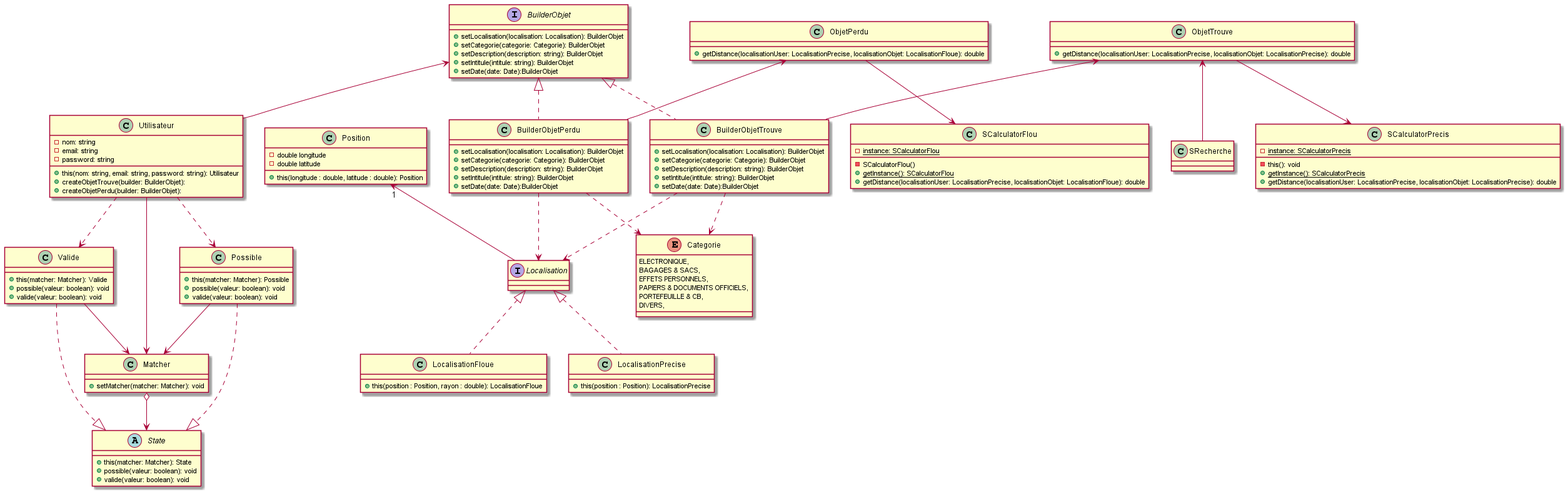
raphaelmeissonnier/Foundem_back_end keeps this PlantUML diagram as cahier_des_specifications/diagrammes/classe/refactoring.png. Above is the earlier version.
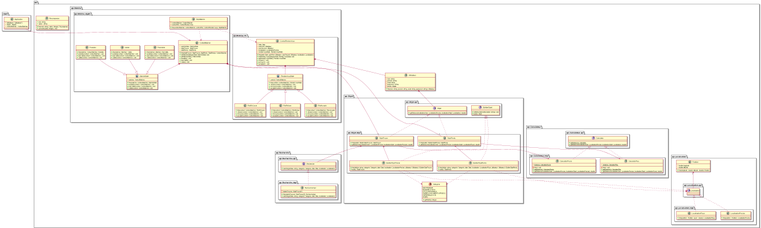
Above is the later version.

What changed in the source:
```diff
@@ -1,121 +1,277 @@
 @startuml
 
-enum Categorie
+
+package client
 {
-    ELECTRONIQUE,
-    BAGAGES & SACS,
-    EFFETS PERSONNELS, /' Clés, ...'/
-    PAPIERS & DOCUMENTS OFFICIELS,
-    PORTEFEUILLE & CB,
-    DIVERS,
+    class Application
+    {
+        - utilisateurs : Utilisateur[*]
+        - objets : Objet[*]
+        - contextMatcher : ContextMatcher
+    }
 }
 
-class Position
+package api
 {
-    - double longitude
-    - double latitude
-    + this(longitude : double, latitude : double): Position
+    package api.Localisation
+    {
+        class Position
+        {
+            - double longitude
+            - double latitude
+            + this(longitude : double, latitude : double): Position
+        }
+
+        package api.Localisation.api
+        {
+            interface Localisation
+            {
+            }
+        }
+
+        package api.Localisation.impl
+        {
+            class LocalisationPrecise
+            {
+                +this(position : Position): LocalisationPrecise
+            }
+
+            class LocalisationFloue
+            {
+                +this(position : Position, rayon : double): LocalisationFloue
+            }
+        }
+    }
+
+    package api.Objet
+    {
+        enum Categorie
+        {
+            ELECTRONIQUE,
+            BAGAGES & SACS,
+            EFFETS PERSONNELS, /' Clés, ...'/
+            PAPIERS & DOCUMENTS OFFICIELS,
+            PORTEFEUILLE & CB,
+            DIVERS,
+            + getPoints(): integer
+        }
+
+        package api.Objet.api
+        {
+            interface Objet
+            {
+                +getDistance(localisationUser: LocalisationPrecise, localisationObjet: Localisation): double
+            }
+
+            interface BuilderObjet
+            {
+                +setDescription(description: string): void
+                +build(): Objet
+            }
+        }
+
+        package api.Objet.impl
+        {
+            class ObjetTrouve{
+                + this(builder: BuilderObjetTrouve): ObjetTrouve
+                +getDistance(localisationUser: LocalisationPrecise, localisationObjet: LocalisationPrecise): double
+            }
+
+            class ObjetPerdu{
+                + this(builder: BuilderObjetPerdu): ObjetPerdu
+                +getDistance(localisationUser: LocalisationPrecise, localisationObjet: LocalisationFloue): double
+            }
+
+            class BuilderObjetPerdu{
+                +this(intitule: string, categorie: Categorie, date: Date, localisation: LocalisationFloue, utilisateur: Utilisateur): BuilderObjetPerdu
+                +build(): ObjetPerdu
+            }
+
+            class BuilderObjetTrouve{
+                +this(intitule: string, categorie: Categorie, date: Date, localisation: LocalisationPrecise, utilisateur: Utilisateur): BuilderObjetTrouve
+                +build(): ObjetTrouve
+            }
+        }
+    }
+
+        class Utilisateur{
+            -nom: string
+            -prenom: string
+            -email: string
+            -password: string
+            - points: integer
+            +this(nom: string, prenom: string, email: string, password: string): Utilisateur
+        }
+
+        class Recompense
+        {
+            + nom: string
+            + valeur : string
+            + this(nom: string, valeur: integer): Recompense
+            + convertir(solde: integer): void
+        }
+
+    package api.Calculateur
+    {
+        package api.Calculateur.api
+        {
+            interface Calculator
+            {
+                +{static} getInstance(): Calculator
+                +getDistance(localisationUser: LocalisationPrecise, localisationObjet: Localisation): double
+            }
+        }
+
+        package api.Calculateur.impl
+        {
+            class CalculatorPrecis{
+                -{static} instance: CalculatorPrecis
+                -this(): void
+                +{static} getInstance(): CalculatorPrecis
+                +getDistance(localisationUser: LocalisationPrecise, localisationObjet: LocalisationPrecise): double
+            }
+
+            class CalculatorFlou{
+                -{static} instance: CalculatorFlou
+                -this(): void
+                +{static} getInstance(): CalculatorFlou
+                +getDistance(localisationUser: LocalisationPrecise, localisationObjet: LocalisationFloue): double
+            }
+        }
+    }
+
+    package api.Recherche
+    {
+        package api.Recherche.api
+        {
+            interface Recherche
+            {
+                + matching(intitule: string, categorie: Categorie, date: Date, localisation: Localisation)
+            }
+        }
+
+        package api.Recherche.impl
+        {
+            class RechercheImpl{
+                - objetsTrouves: ObjetTrouve[*]
+                + this(objetsTrouves: ObjetTrouve[*]): RechercheImpl
+                + matching(intitule: string, categorie: Categorie, date: Date, localisation: Localisation)
+            }
+        }
+    }
+
+    package api.Matche
+    {
+        package api.Matche.objets
+        {
+            class ContextMatcher
+            {
+                - matcheState : MatcheState
+                - objetTrouve : ObjetTrouve
+                - objetPerdu : ObjetPerdu
+                + this(objetTrouve: ObjetTrouve, objetPerdu: ObjetPerdu): ContextMatcher
+                + setMatcheState(parState: MatcheState):void
+                + getMatcheState(): MatcheState
+                +possible(): void
+                +pasValide(): void
+                +valide(): void
+            }
+
+            abstract class MatcheState
+            {
+                - matcher: ContextMatcher
+                +this(matcher: ContextMatcher): MatcheState
+                +possible(context: ContextMatcher): void
+                +pasValide(context: ContextMatcher): void
+                +valide(context: ContextMatcher): void
+            }
+
+            class Possible{
+                +this(matcher: ContextMatcher): Possible
+                +possible(context: ContextMatcher): void
+                +pasValide(context: ContextMatcher): void
+                +valide(context: ContextMatcher): void
+            }
+
+            class PasValide
+            {
+                +this(matcher: Matcher): PasValide
+                +possible(context: ContextMatcher): void
+                +pasValide(context: ContextMatcher): void
+                +valide(context: ContextMatcher): void
+            }
+
+            class Valide{
+                +this(matcher: Matcher): Valide
+                +possible(context: ContextMatcher): void
+                +pasValide(context: ContextMatcher): void
+                +valide(context: ContextMatcher): void
+            }
+
+            class ObjetMatche
+            {
+                - contextMatcher: ContextMatcher
+                - contextRdv: ContextRendezVous
+                + this(contextMatcher: ContextMatcher, contextRdv: ContextRendezVous): ObjetMatche
+            }
+        }
+
+        package api.Matche.rdv
+        {
+            class ContextRendezVous
+            {
+                - date: Date
+                - userFirst: Utilisateur
+                - userSecond: Utilisateur
+                - localisation: LocalisationPrecise
+                - rendezVousState : RendezVousState
+                + this(date: Date, userFirst: Utilisateur, userSecond: Utilisateur, localisation: Localisation)
+                + setRendezVousState(parState: RendezVousState):void
+                + getRendezVousState(): RendezVousState
+                + refuser() : void
+                + enCours() : void
+                + accepter() : void
+            }
+
+            abstract class RendezVousState
+            {
+                - context: ContextMatcher
+                + this(context: ContextMatcher): RendezVousState
+                + refuser(context: ContextMatcher): void
+                + enCours(context: ContextMatcher): void
+                + accepter(context: ContextMatcher): void
+            }
+
+            class RdvEnCours
+            {
+                + this(context: ContextMatcher): RdvEnCours
+                + refuser(context: ContextMatcher): void
+                + enCours(context: ContextMatcher): void
+                + accepter(context: ContextMatcher): void
+            }
+
+            class RdvRefuse
+            {
+                + this(context: ContextMatcher): RdvRefuse
+                + refuser(context: ContextMatcher): void
+                + enCours(context: ContextMatcher): void
+                + accepter(context: ContextMatcher): void
+            }
+
+            class RdvAccepte
+            {
+                + this(context: ContextMatcher): RdvAccepte
+                + refuser(context: ContextMatcher): void
+                + enCours(context: ContextMatcher): void
+                + accepter(context: ContextMatcher): void
+            }
+        }
+    }
 }
 
-interface Localisation
-{
-}
-
-class LocalisationPrecise
-{
-    +this(position : Position): LocalisationPrecise
-}
-
-class LocalisationFloue
-{
-    +this(position : Position, rayon : double): LocalisationFloue
-}
-
-interface BuilderObjet{
-    +setLocalisation(localisation: Localisation): BuilderObjet
-    +setCategorie(categorie: Categorie): BuilderObjet
-    +setDescription(description: string): BuilderObjet
-    +setIntitule(intitule: string): BuilderObjet
-    +setDate(date: Date):BuilderObjet
-}
-
-class BuilderObjetPerdu{
-    +setLocalisation(localisation: Localisation): BuilderObjet
-    +setCategorie(categorie: Categorie): BuilderObjet
-    +setDescription(description: string): BuilderObjet
-    +setIntitule(intitule: string): BuilderObjet
-    +setDate(date: Date):BuilderObjet
-
-}
-
-class BuilderObjetTrouve{
-    +setLocalisation(localisation: Localisation): BuilderObjet
-    +setCategorie(categorie: Categorie): BuilderObjet
-    +setDescription(description: string): BuilderObjet
-    +setIntitule(intitule: string): BuilderObjet
-    +setDate(date: Date):BuilderObjet
-}
-
-class ObjetTrouve{
-    +getDistance(localisationUser: LocalisationPrecise, localisationObjet: LocalisationPrecise): double
-}
-
-class ObjetPerdu{
-    +getDistance(localisationUser: LocalisationPrecise, localisationObjet: LocalisationFloue): double
-}
-
-class Utilisateur{
-    -nom: string
-    -email: string
-    -password: string
-    +this(nom: string, email: string, password: string): Utilisateur
-    +createObjetTrouve(builder: BuilderObjet):
-    +createObjetPerdu(builder: BuilderObjet):
-}
-
-class SCalculatorPrecis{
-    -{static} instance: SCalculatorPrecis
-    -this(): void
-    +{static} getInstance(): SCalculatorPrecis
-    +getDistance(localisationUser: LocalisationPrecise, localisationObjet: LocalisationPrecise): double
-}
-
-class SCalculatorFlou{
-    -{static} instance: SCalculatorFlou
-    -SCalculatorFlou()
-    +{static} getInstance(): SCalculatorFlou
-    +getDistance(localisationUser: LocalisationPrecise, localisationObjet: LocalisationFloue): double
-}
-
-class SRecherche{
-
-}
-
-class Matcher{
-    +setMatcher(matcher: Matcher): void
-}
-
-abstract class State{
-    +this(matcher: Matcher): State
-    +possible(valeur: boolean): void
-    +valide(valeur: boolean): void
-}
-
-class Possible{
-    +this(matcher: Matcher): Possible
-    +possible(valeur: boolean): void
-    +valide(valeur: boolean): void
-}
-
-class Valide{
-    +this(matcher: Matcher): Valide
-    +possible(valeur: boolean): void
-    +valide(valeur: boolean): void
-}
 
 BuilderObjet <|.. BuilderObjetPerdu
 BuilderObjet <|.. BuilderObjetTrouve
-BuilderObjet <-- Utilisateur
 ObjetTrouve <-- BuilderObjetTrouve
 ObjetPerdu <-- BuilderObjetPerdu
 
@@ -125,23 +281,42 @@
 BuilderObjetPerdu ..> Localisation
 BuilderObjetTrouve ..> Localisation
 
-ObjetPerdu --> SCalculatorFlou
-ObjetTrouve --> SCalculatorPrecis
+Calculator <|.. CalculatorFlou
+Calculator <|.. CalculatorPrecis
 
-ObjetTrouve <-- SRecherche
+ObjetPerdu --> CalculatorFlou
+ObjetTrouve --> CalculatorPrecis
+
+ObjetTrouve <-- Recherche
 
 Localisation <|.. LocalisationPrecise
 Localisation <|.. LocalisationFloue
 
 Position "1" <-- Localisation
 
-Valide ..|> State
-Possible ..|> State
-Utilisateur ..> Valide
-Utilisateur ..> Possible
-Utilisateur --> Matcher
-Matcher o--> State
-Valide --> Matcher
-Possible --> Matcher
+
+Valide --|> MatcheState
+Possible --|> MatcheState
+PasValide --|> MatcheState
+ContextMatcher *-- MatcheState
+Application --> ContextMatcher
+ContextMatcher *-- "1" ObjetTrouve
+ContextMatcher *-- "1" ObjetPerdu
+
+Objet <|.. ObjetTrouve
+Objet <|.. ObjetPerdu
+
+Recherche <|.. RechercheImpl
+
+Utilisateur *-- Objet
+
+ContextRendezVous *-- Utilisateur
+ContextRendezVous *-- RendezVousState
+RendezVousState <|-- RdvAccepte
+RendezVousState <|-- RdvRefuse
+RendezVousState <|-- RdvEnCours
+
+ObjetMatche ..> ContextRendezVous
+ObjetMatche ..> ContextMatcher
 
 @enduml
```
